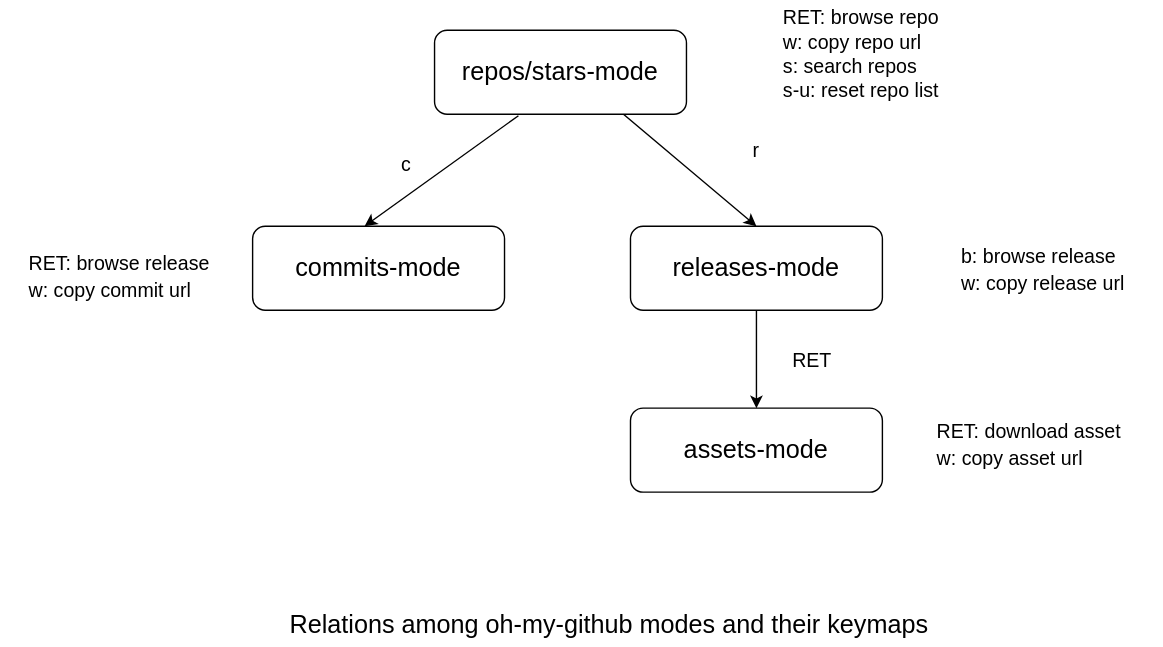
jiacai2050/oh-my-github keeps this draw.io diagram as assets/omg-modes.svg. Above is the earlier version. Source tidied: cells renumbered, new cells last; positions are measured from the earlier drawing's top-left corner, leaving out a move shared by most shapes. Source of this version:
```xml
<mxGraphModel>
  <root>
    <mxCell id="0" />
    <mxCell id="1" parent="0" />
    <mxCell id="2" value="&lt;font style=&quot;font-size: 18px&quot;&gt;repos/stars-mode&lt;/font&gt;" style="rounded=1;whiteSpace=wrap;html=1;fontSize=12;glass=0;strokeWidth=1;shadow=0;" parent="1" vertex="1">
      <mxGeometry x="310" y="10" width="180" height="60" as="geometry" />
    </mxCell>
    <mxCell id="3" style="endArrow=classic;html=1;rounded=0;fontSize=18;exitX=0.333;exitY=1.017;exitDx=0;exitDy=0;exitPerimeter=0;" parent="1" edge="1" source="2">
      <mxGeometry relative="1" as="geometry">
        <mxPoint x="260" y="150" as="targetPoint" />
      </mxGeometry>
    </mxCell>
    <mxCell id="4" value="&lt;font style=&quot;font-size: 18px&quot;&gt;commits-mode&lt;/font&gt;" style="rounded=1;whiteSpace=wrap;html=1;fontSize=12;glass=0;strokeWidth=1;shadow=0;" parent="1" vertex="1">
      <mxGeometry x="180" y="150" width="180" height="60" as="geometry" />
    </mxCell>
    <mxCell id="5" style="endArrow=classic;html=1;rounded=0;fontSize=18;exitX=0.75;exitY=1;exitDx=0;exitDy=0;" parent="1" edge="1" source="2">
      <mxGeometry relative="1" as="geometry">
        <mxPoint x="540" y="150" as="targetPoint" />
      </mxGeometry>
    </mxCell>
    <mxCell id="6" value="&lt;font style=&quot;font-size: 18px&quot;&gt;releases-mode&lt;/font&gt;" style="rounded=1;whiteSpace=wrap;html=1;fontSize=12;glass=0;strokeWidth=1;shadow=0;" parent="1" vertex="1">
      <mxGeometry x="450" y="150" width="180" height="60" as="geometry" />
    </mxCell>
    <mxCell id="7" value="&lt;font style=&quot;font-size: 18px&quot;&gt;assets-mode&lt;/font&gt;" style="rounded=1;whiteSpace=wrap;html=1;fontSize=12;glass=0;strokeWidth=1;shadow=0;" parent="1" vertex="1">
      <mxGeometry x="450" y="280" width="180" height="60" as="geometry" />
    </mxCell>
    <mxCell id="8" style="endArrow=classic;html=1;rounded=0;fontSize=18;exitX=0.5;exitY=1;exitDx=0;exitDy=0;entryX=0.5;entryY=0;entryDx=0;entryDy=0;" parent="1" edge="1" source="6" target="7">
      <mxGeometry relative="1" as="geometry" />
    </mxCell>
    <mxCell id="9" value="&lt;font style=&quot;font-size: 14px&quot;&gt;c&lt;/font&gt;" style="text;html=1;strokeColor=none;fillColor=none;align=center;verticalAlign=middle;whiteSpace=wrap;rounded=0;fontSize=18;" parent="1" vertex="1">
      <mxGeometry x="260" y="90" width="60" height="30" as="geometry" />
    </mxCell>
    <mxCell id="10" value="&lt;font style=&quot;font-size: 14px&quot;&gt;r&lt;/font&gt;" style="text;html=1;strokeColor=none;fillColor=none;align=center;verticalAlign=middle;whiteSpace=wrap;rounded=0;fontSize=18;" parent="1" vertex="1">
      <mxGeometry x="510" y="80" width="60" height="30" as="geometry" />
    </mxCell>
    <mxCell id="11" value="&lt;font style=&quot;font-size: 14px&quot;&gt;RET&lt;/font&gt;" style="text;html=1;strokeColor=none;fillColor=none;align=center;verticalAlign=middle;whiteSpace=wrap;rounded=0;fontSize=18;" parent="1" vertex="1">
      <mxGeometry x="550" y="230" width="60" height="30" as="geometry" />
    </mxCell>
    <mxCell id="12" value="&lt;div style=&quot;text-align: left&quot;&gt;&lt;span style=&quot;font-size: 14px&quot;&gt;RET: download asset&lt;/span&gt;&lt;/div&gt;&lt;font style=&quot;font-size: 14px&quot;&gt;&lt;div style=&quot;text-align: left&quot;&gt;&lt;span&gt;w: copy asset url&lt;/span&gt;&lt;/div&gt;&lt;/font&gt;" style="text;html=1;strokeColor=none;fillColor=none;align=center;verticalAlign=middle;whiteSpace=wrap;rounded=0;fontSize=18;" parent="1" vertex="1">
      <mxGeometry x="650" y="290" width="170" height="30" as="geometry" />
    </mxCell>
    <mxCell id="13" value="&lt;div style=&quot;text-align: left&quot;&gt;&lt;span style=&quot;font-size: 14px&quot;&gt;b: browse release&lt;/span&gt;&lt;/div&gt;&lt;font style=&quot;font-size: 14px&quot;&gt;&lt;div style=&quot;text-align: left&quot;&gt;&lt;span&gt;w: copy release url&lt;/span&gt;&lt;/div&gt;&lt;/font&gt;" style="text;html=1;strokeColor=none;fillColor=none;align=center;verticalAlign=middle;whiteSpace=wrap;rounded=0;fontSize=18;" parent="1" vertex="1">
      <mxGeometry x="660" y="165" width="170" height="30" as="geometry" />
    </mxCell>
    <mxCell id="14" value="&lt;div style=&quot;text-align: left&quot;&gt;&lt;span style=&quot;font-size: 14px&quot;&gt;RET: browse release&lt;/span&gt;&lt;/div&gt;&lt;font style=&quot;font-size: 14px&quot;&gt;&lt;div style=&quot;text-align: left&quot;&gt;&lt;span&gt;w: copy commit url&lt;/span&gt;&lt;/div&gt;&lt;/font&gt;" style="text;html=1;strokeColor=none;fillColor=none;align=center;verticalAlign=middle;whiteSpace=wrap;rounded=0;fontSize=18;" parent="1" vertex="1">
      <mxGeometry y="170" width="170" height="30" as="geometry" />
    </mxCell>
    <mxCell id="15" value="&lt;div style=&quot;text-align: left&quot;&gt;&lt;span style=&quot;font-size: 14px&quot;&gt;RET: browse repo&lt;/span&gt;&lt;/div&gt;&lt;font style=&quot;font-size: 14px&quot;&gt;&lt;div style=&quot;text-align: left&quot;&gt;&lt;span&gt;w: copy repo url&lt;/span&gt;&lt;/div&gt;&lt;div style=&quot;text-align: left&quot;&gt;&lt;span&gt;s: search repos&lt;/span&gt;&lt;/div&gt;&lt;div style=&quot;text-align: left&quot;&gt;&lt;span&gt;s-u: reset repo list&lt;/span&gt;&lt;br&gt;&lt;/div&gt;&lt;/font&gt;" style="text;html=1;strokeColor=none;fillColor=none;align=center;verticalAlign=middle;whiteSpace=wrap;rounded=0;fontSize=18;" parent="1" vertex="1">
      <mxGeometry x="530" width="170" height="50" as="geometry" />
    </mxCell>
    <mxCell id="16" value="&lt;font style=&quot;font-size: 18px&quot;&gt;Relations among oh-my-github modes and their keymaps&lt;/font&gt;" style="text;html=1;strokeColor=none;fillColor=none;align=center;verticalAlign=middle;whiteSpace=wrap;rounded=0;fontSize=14;" parent="1" vertex="1">
      <mxGeometry x="190" y="420" width="490" height="30" as="geometry" />
    </mxCell>
  </root>
</mxGraphModel>
```
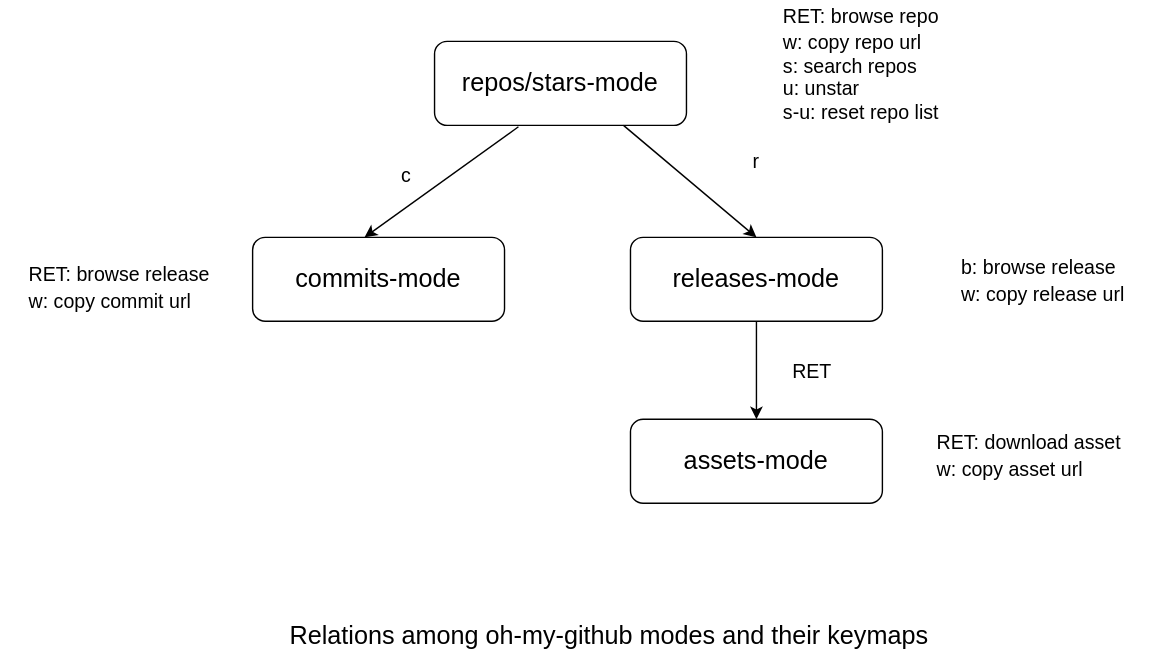
Later version of the same file.

Commit message:
remove delete omg_repo when unstar

What changed in the source:
```diff
@@ -45,7 +45,7 @@
     <mxCell id="14" value="&lt;div style=&quot;text-align: left&quot;&gt;&lt;span style=&quot;font-size: 14px&quot;&gt;RET: browse release&lt;/span&gt;&lt;/div&gt;&lt;font style=&quot;font-size: 14px&quot;&gt;&lt;div style=&quot;text-align: left&quot;&gt;&lt;span&gt;w: copy commit url&lt;/span&gt;&lt;/div&gt;&lt;/font&gt;" style="text;html=1;strokeColor=none;fillColor=none;align=center;verticalAlign=middle;whiteSpace=wrap;rounded=0;fontSize=18;" parent="1" vertex="1">
       <mxGeometry y="170" width="170" height="30" as="geometry" />
     </mxCell>
-    <mxCell id="15" value="&lt;div style=&quot;text-align: left&quot;&gt;&lt;span style=&quot;font-size: 14px&quot;&gt;RET: browse repo&lt;/span&gt;&lt;/div&gt;&lt;font style=&quot;font-size: 14px&quot;&gt;&lt;div style=&quot;text-align: left&quot;&gt;&lt;span&gt;w: copy repo url&lt;/span&gt;&lt;/div&gt;&lt;div style=&quot;text-align: left&quot;&gt;&lt;span&gt;s: search repos&lt;/span&gt;&lt;/div&gt;&lt;div style=&quot;text-align: left&quot;&gt;&lt;span&gt;s-u: reset repo list&lt;/span&gt;&lt;br&gt;&lt;/div&gt;&lt;/font&gt;" style="text;html=1;strokeColor=none;fillColor=none;align=center;verticalAlign=middle;whiteSpace=wrap;rounded=0;fontSize=18;" parent="1" vertex="1">
+    <mxCell id="15" value="&lt;div style=&quot;text-align: left&quot;&gt;&lt;span style=&quot;font-size: 14px&quot;&gt;RET: browse repo&lt;/span&gt;&lt;/div&gt;&lt;font style=&quot;font-size: 14px&quot;&gt;&lt;div style=&quot;text-align: left&quot;&gt;&lt;span&gt;w: copy repo url&lt;/span&gt;&lt;/div&gt;&lt;div style=&quot;text-align: left&quot;&gt;&lt;span&gt;s: search repos&lt;/span&gt;&lt;/div&gt;&lt;div style=&quot;text-align: left&quot;&gt;&lt;span&gt;u: unstar&lt;/span&gt;&lt;/div&gt;&lt;div style=&quot;text-align: left&quot;&gt;&lt;span&gt;s-u: reset repo list&lt;/span&gt;&lt;br&gt;&lt;/div&gt;&lt;/font&gt;" style="text;html=1;strokeColor=none;fillColor=none;align=center;verticalAlign=middle;whiteSpace=wrap;rounded=0;fontSize=18;" parent="1" vertex="1">
       <mxGeometry x="530" width="170" height="50" as="geometry" />
     </mxCell>
     <mxCell id="16" value="&lt;font style=&quot;font-size: 18px&quot;&gt;Relations among oh-my-github modes and their keymaps&lt;/font&gt;" style="text;html=1;strokeColor=none;fillColor=none;align=center;verticalAlign=middle;whiteSpace=wrap;rounded=0;fontSize=14;" parent="1" vertex="1">
```
